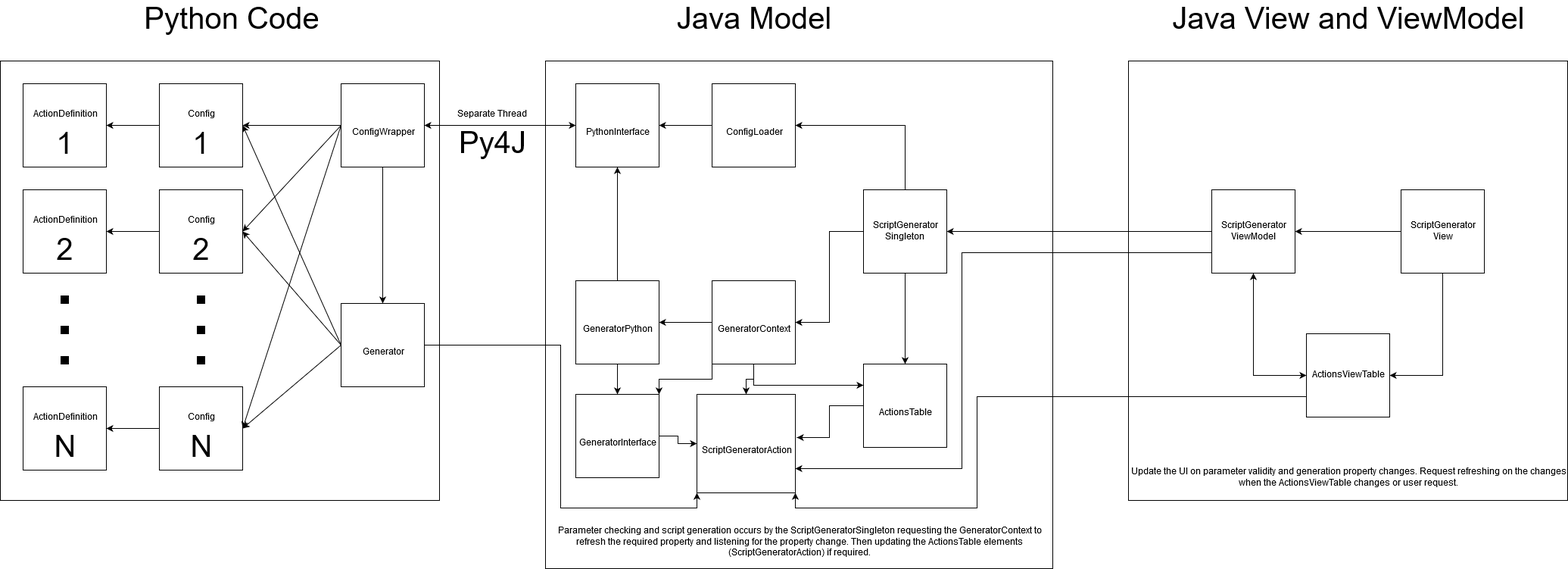
This is images/ScriptGenerator.png from ISISComputingGroup/ibex_developers_manual, a draw.io export, as it was before one commit. Source tidied: cells renumbered, new cells last; positions are measured from the earlier drawing's top-left corner, leaving out a move shared by most shapes.
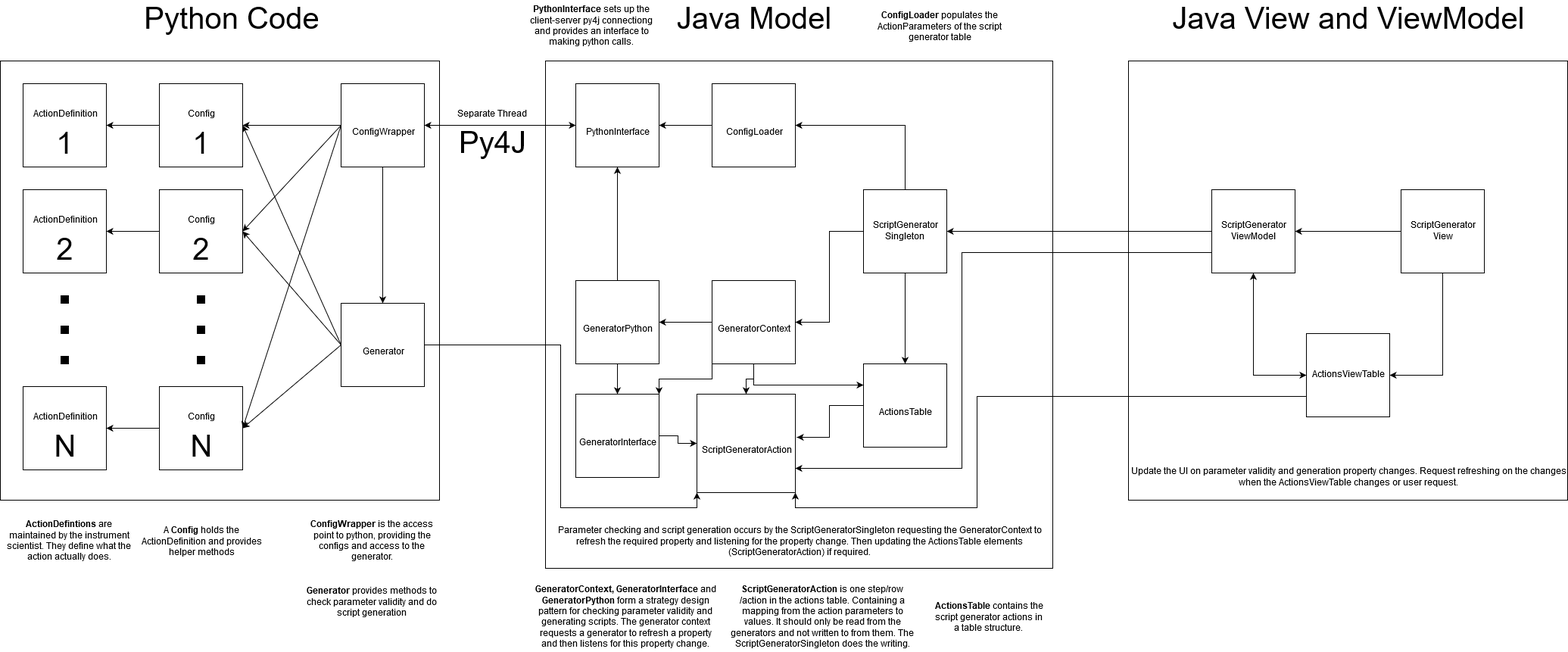
Above is the later version.

What changed in the source:
```diff
@@ -252,5 +252,32 @@
     <mxCell id="79" value="&lt;div&gt;&lt;font style=&quot;font-size: 12px&quot;&gt;Separate Thread&lt;br&gt;&lt;/font&gt;&lt;/div&gt;&lt;div&gt;Py4J&lt;/div&gt;" style="text;html=1;strokeColor=none;fillColor=none;align=center;verticalAlign=middle;whiteSpace=wrap;rounded=0;labelBackgroundColor=none;fontSize=40;" parent="1" vertex="1">
       <mxGeometry x="580" y="110" width="140" height="110" as="geometry" />
     </mxCell>
+    <mxCell id="80" value="&lt;b&gt;ActionDefintions &lt;/b&gt;are maintained by the instrument scientist. They define what the action actually does." style="text;html=1;strokeColor=none;fillColor=none;align=center;verticalAlign=middle;whiteSpace=wrap;rounded=0;labelBackgroundColor=none;fontSize=12;" parent="1" vertex="1">
+      <mxGeometry y="680" width="180" height="70" as="geometry" />
+    </mxCell>
+    <mxCell id="81" value="A &lt;b&gt;Config &lt;/b&gt;holds the ActionDefinition and provides helper methods" style="text;html=1;strokeColor=none;fillColor=none;align=center;verticalAlign=middle;whiteSpace=wrap;rounded=0;labelBackgroundColor=none;fontSize=12;" parent="1" vertex="1">
+      <mxGeometry x="175" y="680" width="180" height="70" as="geometry" />
+    </mxCell>
+    <mxCell id="82" value="&lt;b&gt;ConfigWrapper &lt;/b&gt;is the access point to python, providing the configs and access to the generator." style="text;html=1;strokeColor=none;fillColor=none;align=center;verticalAlign=middle;whiteSpace=wrap;rounded=0;labelBackgroundColor=none;fontSize=12;" parent="1" vertex="1">
+      <mxGeometry x="400" y="680" width="180" height="70" as="geometry" />
+    </mxCell>
+    <mxCell id="83" value="&lt;b&gt;Generator &lt;/b&gt;provides methods to check parameter validity and do script generation&lt;br&gt;&lt;b&gt;&lt;/b&gt;" style="text;html=1;strokeColor=none;fillColor=none;align=center;verticalAlign=middle;whiteSpace=wrap;rounded=0;labelBackgroundColor=none;fontSize=12;" parent="1" vertex="1">
+      <mxGeometry x="400" y="760" width="180" height="70" as="geometry" />
+    </mxCell>
+    <mxCell id="84" value="&lt;b&gt;PythonInterface &lt;/b&gt;sets up the client-server py4j connectiong and provides an interface to making python calls.&lt;br&gt;&lt;b&gt;&lt;/b&gt;" style="text;html=1;strokeColor=none;fillColor=none;align=center;verticalAlign=middle;whiteSpace=wrap;rounded=0;labelBackgroundColor=none;fontSize=12;" parent="1" vertex="1">
+      <mxGeometry x="690" width="180" height="70" as="geometry" />
+    </mxCell>
+    <mxCell id="85" value="&lt;b&gt;GeneratorContext, GeneratorInterface&lt;/b&gt; and &lt;b&gt;GeneratorPython&lt;/b&gt; form a strategy design pattern for checking parameter validity and generating scripts. The generator context requests a generator to refresh a property and then listens for this property change." style="text;html=1;strokeColor=none;fillColor=none;align=center;verticalAlign=middle;whiteSpace=wrap;rounded=0;labelBackgroundColor=none;fontSize=12;" parent="1" vertex="1">
+      <mxGeometry x="700" y="770" width="250" height="90" as="geometry" />
+    </mxCell>
+    <mxCell id="86" value="&lt;b&gt;ConfigLoader &lt;/b&gt;populates the ActionParameters of the script generator table" style="text;html=1;strokeColor=none;fillColor=none;align=center;verticalAlign=middle;whiteSpace=wrap;rounded=0;labelBackgroundColor=none;fontSize=12;" parent="1" vertex="1">
+      <mxGeometry x="1150" width="180" height="70" as="geometry" />
+    </mxCell>
+    <mxCell id="87" value="&lt;b&gt;ScriptGeneratorAction &lt;/b&gt;is one step/row/action in the actions table. Containing a mapping from the action parameters to values. It should only be read from the generators and not written to from them. The ScriptGeneratorSingleton does the writing." style="text;html=1;strokeColor=none;fillColor=none;align=center;verticalAlign=middle;whiteSpace=wrap;rounded=0;labelBackgroundColor=none;fontSize=12;" parent="1" vertex="1">
+      <mxGeometry x="960" y="770" width="250" height="90" as="geometry" />
+    </mxCell>
+    <mxCell id="88" value="&lt;b&gt;ActionsTable &lt;/b&gt;contains the script generator actions in a table structure.&lt;br&gt;&lt;b&gt;&lt;/b&gt;" style="text;html=1;strokeColor=none;fillColor=none;align=center;verticalAlign=middle;whiteSpace=wrap;rounded=0;labelBackgroundColor=none;fontSize=12;" parent="1" vertex="1">
+      <mxGeometry x="1230" y="770" width="150" height="90" as="geometry" />
+    </mxCell>
   </root>
 </mxGraphModel>
```
